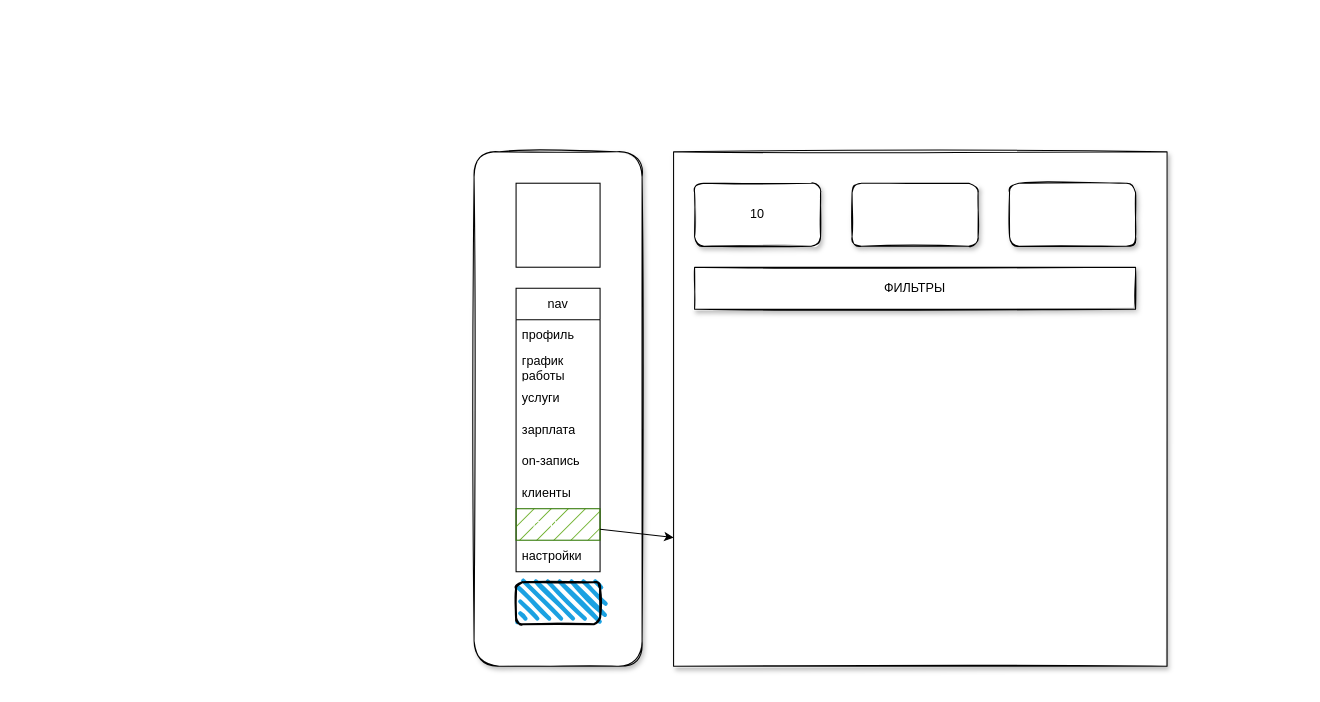
This is staff/Диаграмма без названия.drawio from eckeriaue/drawio, a draw.io file, before an edit. Source tidied: cells renumbered, new cells numbered last; positions are measured from the earlier drawing's top-left corner, leaving out a move shared by most shapes. Both pictures are drawn from the tidied source at 105%, with x=0, y=0 at pixel (474, 151).
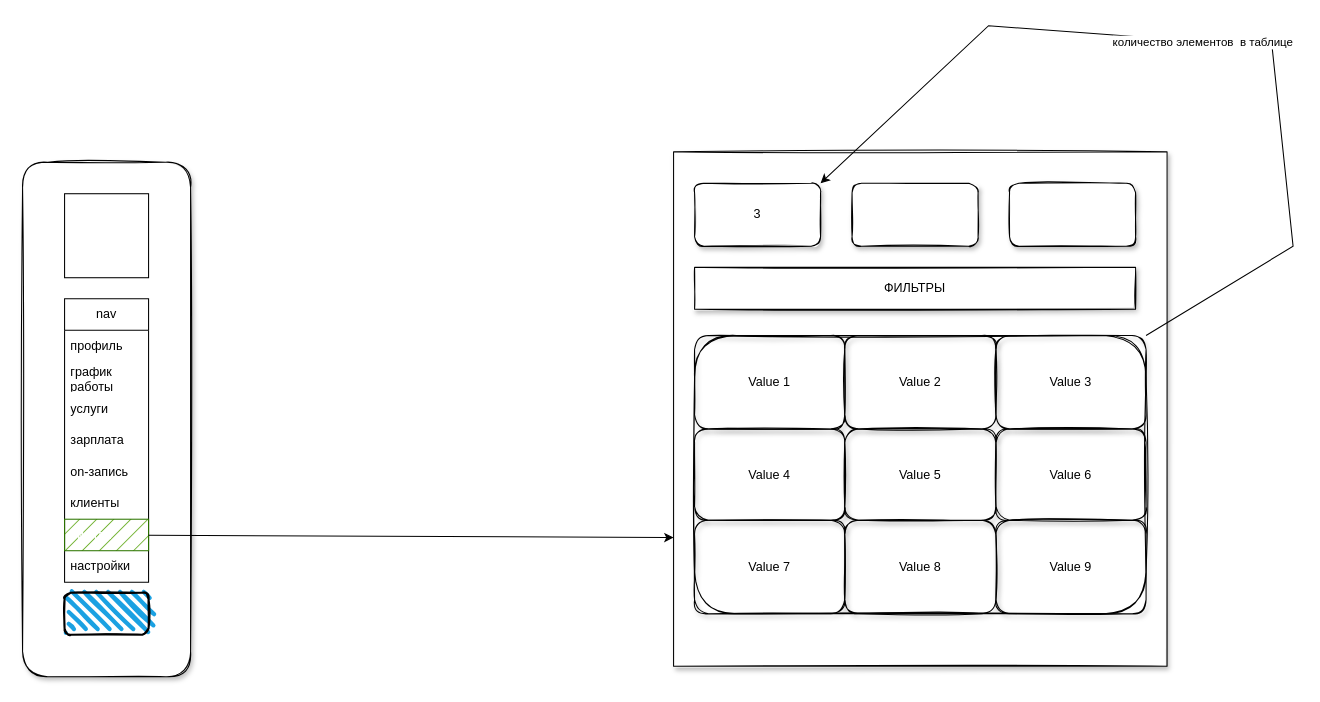
The same page after the edit.

What changed in the source:
```diff
@@
     <mxCell id="2" style="rounded=1;whiteSpace=wrap;html=1;fillStyle=auto;glass=0;shadow=1;sketch=1;" parent="1" vertex="1">
-      <mxGeometry width="160" height="490" as="geometry" />
+      <mxGeometry x="-430" y="10" width="160" height="490" as="geometry" />
     </mxCell>
     <mxCell id="3" style="whiteSpace=wrap;html=1;fillStyle=hatch;" parent="1" vertex="1">
-      <mxGeometry x="40" y="30" width="80" height="80" as="geometry" />
+      <mxGeometry x="-390" y="40" width="80" height="80" as="geometry" />
     </mxCell>
     <mxCell id="4" value="nav" style="swimlane;fontStyle=0;horizontal=1;startSize=30;whiteSpace=wrap;html=1;fillStyle=hatch;" parent="1" vertex="1">
-      <mxGeometry x="40" y="130" width="80" height="270" as="geometry" />
+      <mxGeometry x="-390" y="140" width="80" height="270" as="geometry" />
     </mxCell>
@@
     <mxCell id="13" style="rounded=1;whiteSpace=wrap;html=1;strokeWidth=2;fillWeight=4;hachureGap=8;hachureAngle=45;fillColor=#1ba1e2;sketch=1;fillStyle=hatch;" parent="1" vertex="1">
-      <mxGeometry x="40" y="410" width="80" height="40" as="geometry" />
+      <mxGeometry x="-390" y="420" width="80" height="40" as="geometry" />
     </mxCell>
@@
-    <mxCell id="16" value="10" style="rounded=1;whiteSpace=wrap;html=1;shadow=1;glass=0;sketch=1;fillStyle=auto;fillColor=default;" parent="1" vertex="1">
+    <mxCell id="16" value="3" style="rounded=1;whiteSpace=wrap;html=1;shadow=1;glass=0;sketch=1;fillStyle=auto;fillColor=default;" parent="1" vertex="1">
       <mxGeometry x="210" y="30" width="120" height="60" as="geometry" />
     </mxCell>
@@
+    <mxCell id="20" style="endArrow=classic;html=1;rounded=0;entryX=1;entryY=0;entryDx=0;entryDy=0;exitX=1;exitY=0;exitDx=0;exitDy=0;" parent="1" edge="1" source="23" target="16">
+      <mxGeometry relative="1" as="geometry">
+        <Array as="points">
+          <mxPoint x="780" y="90" />
+          <mxPoint x="760" y="-100" />
+          <mxPoint x="490" y="-120" />
+        </Array>
+      </mxGeometry>
+    </mxCell>
+    <mxCell id="21" value="количество элементов&amp;nbsp; в таблице" style="edgeLabel;html=1;align=center;verticalAlign=middle;rounded=1;shadow=1;glass=0;sketch=1;fillStyle=auto;fillColor=default;" parent="20" vertex="1">
+      <mxGeometry relative="1" as="geometry" />
+    </mxCell>
+    <mxCell id="22" style="childLayout=tableLayout;shadow=0;fillColor=none;rounded=1;glass=0;sketch=1;fillStyle=auto;" parent="1" vertex="1">
+      <mxGeometry x="210" y="175" width="430" height="265" as="geometry" />
+    </mxCell>
+    <mxCell id="23" style="shape=tableRow;horizontal=0;startSize=0;swimlaneHead=0;swimlaneBody=0;top=0;left=0;bottom=0;right=0;fontStyle=0;fillColor=none;strokeColor=inherit;rounded=1;shadow=1;glass=0;sketch=1;fillStyle=auto;" parent="22" vertex="1">
+      <mxGeometry width="430" height="89" as="geometry" />
+    </mxCell>
+    <mxCell id="24" value="Value 1" style="strokeColor=inherit;fillColor=none;align=center;whiteSpace=wrap;html=1;rounded=1;shadow=1;glass=0;sketch=1;fillStyle=auto;" parent="23" vertex="1">
+      <mxGeometry width="143" height="89" as="geometry" />
+    </mxCell>
+    <mxCell id="25" value="Value 2" style="strokeColor=inherit;fillColor=none;align=center;whiteSpace=wrap;html=1;rounded=1;shadow=1;glass=0;sketch=1;fillStyle=auto;" parent="23" vertex="1">
+      <mxGeometry x="143" width="144" height="89" as="geometry" />
+    </mxCell>
+    <mxCell id="26" value="Value 3" style="strokeColor=inherit;fillColor=none;align=center;whiteSpace=wrap;html=1;rounded=1;shadow=1;glass=0;sketch=1;fillStyle=auto;" parent="23" vertex="1">
+      <mxGeometry x="287" width="143" height="89" as="geometry" />
+    </mxCell>
+    <mxCell id="27" style="shape=tableRow;horizontal=0;startSize=0;swimlaneHead=0;swimlaneBody=0;top=0;left=0;bottom=0;right=0;fontStyle=0;fillColor=none;strokeColor=inherit;rounded=1;shadow=1;glass=0;sketch=1;fillStyle=auto;" parent="22" vertex="1">
+      <mxGeometry y="89" width="430" height="87" as="geometry" />
+    </mxCell>
+    <mxCell id="28" value="Value 4" style="strokeColor=inherit;fillColor=none;align=center;whiteSpace=wrap;html=1;rounded=1;shadow=1;glass=0;sketch=1;fillStyle=auto;" parent="27" vertex="1">
+      <mxGeometry width="143" height="87" as="geometry" />
+    </mxCell>
+    <mxCell id="29" value="Value 5" style="strokeColor=inherit;fillColor=none;align=center;whiteSpace=wrap;html=1;rounded=1;shadow=1;glass=0;sketch=1;fillStyle=auto;" parent="27" vertex="1">
+      <mxGeometry x="143" width="144" height="87" as="geometry" />
+    </mxCell>
+    <mxCell id="30" value="Value 6" style="strokeColor=inherit;fillColor=none;align=center;whiteSpace=wrap;html=1;rounded=1;shadow=1;glass=0;sketch=1;fillStyle=auto;" parent="27" vertex="1">
+      <mxGeometry x="287" width="143" height="87" as="geometry" />
+    </mxCell>
+    <mxCell id="31" style="shape=tableRow;horizontal=0;startSize=0;swimlaneHead=0;swimlaneBody=0;top=0;left=0;bottom=0;right=0;fontStyle=0;fillColor=none;strokeColor=inherit;rounded=1;shadow=1;glass=0;sketch=1;fillStyle=auto;" parent="22" vertex="1">
+      <mxGeometry y="176" width="430" height="89" as="geometry" />
+    </mxCell>
+    <mxCell id="32" value="Value 7" style="strokeColor=inherit;fillColor=none;align=center;whiteSpace=wrap;html=1;rounded=1;shadow=1;glass=0;sketch=1;fillStyle=auto;" parent="31" vertex="1">
+      <mxGeometry width="143" height="89" as="geometry" />
+    </mxCell>
+    <mxCell id="33" value="Value 8" style="strokeColor=inherit;fillColor=none;align=center;whiteSpace=wrap;html=1;rounded=1;shadow=1;glass=0;sketch=1;fillStyle=auto;" parent="31" vertex="1">
+      <mxGeometry x="143" width="144" height="89" as="geometry" />
+    </mxCell>
+    <mxCell id="34" value="Value 9" style="strokeColor=inherit;fillColor=none;align=center;whiteSpace=wrap;html=1;rounded=1;shadow=1;glass=0;sketch=1;fillStyle=auto;" parent="31" vertex="1">
+      <mxGeometry x="287" width="143" height="89" as="geometry" />
+    </mxCell>
```
